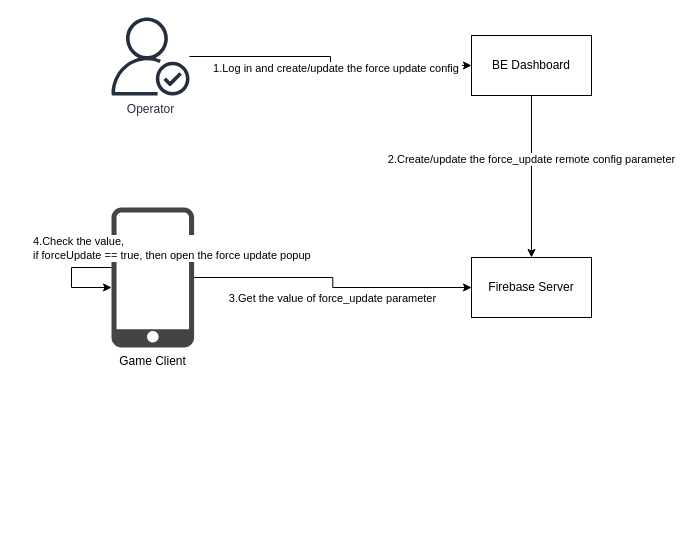
Before: Force Update.drawio in yaohuiwu/SimpleFS, a draw.io diagram. Source tidied: cells renumbered, new cells numbered last; positions are measured from the earlier drawing's top-left corner, leaving out a move shared by most shapes. Both pictures are drawn from the tidied source at 100%, with x=0, y=0 at pixel (71, 17).
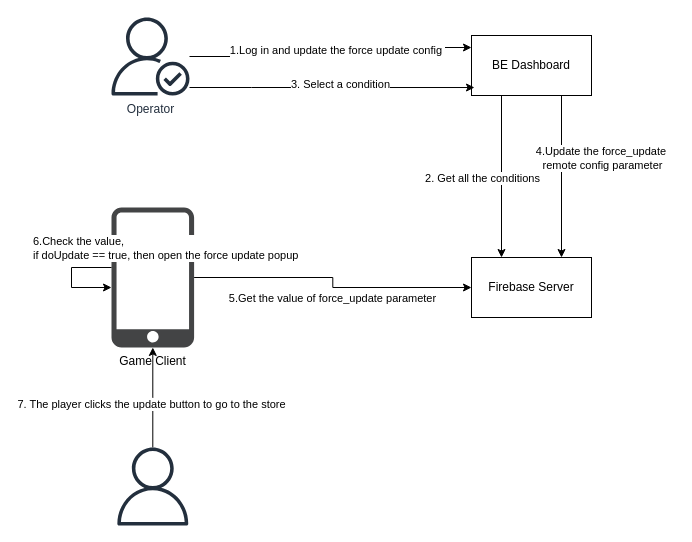
Above is the later version.

The change refers to these unchanged cells:
```xml
<mxCell id="4" value="BE Dashboard" style="rounded=0;whiteSpace=wrap;html=1;" parent="1" vertex="1">
  <mxGeometry x="400" y="18" width="120" height="60" as="geometry" />
</mxCell>
<mxCell id="5" value="Firebase Server" style="rounded=0;whiteSpace=wrap;html=1;" parent="1" vertex="1">
  <mxGeometry x="400" y="240" width="120" height="60" as="geometry" />
</mxCell>
<mxCell id="6" style="edgeStyle=orthogonalEdgeStyle;rounded=0;jettySize=auto;html=1;entryX=0;entryY=0.5;entryDx=0;entryDy=0;" parent="1" edge="1" source="8" target="5">
  <mxGeometry relative="1" as="geometry" />
</mxCell>
<mxCell id="8" value="Game Client" style="sketch=0;shadow=0;dashed=0;html=1;strokeColor=none;fillColor=#434445;labelPosition=center;verticalLabelPosition=bottom;verticalAlign=top;align=center;outlineConnect=0;shape=mxgraph.vvd.phone;" parent="1" vertex="1">
  <mxGeometry x="40" y="190" width="82.6" height="140" as="geometry" />
</mxCell>
<mxCell id="11" value="Operator" style="sketch=0;outlineConnect=0;fontColor=#232F3E;gradientColor=none;fillColor=#232F3D;strokeColor=none;dashed=0;verticalLabelPosition=bottom;verticalAlign=top;align=center;html=1;fontSize=12;fontStyle=0;shape=mxgraph.aws4.authenticated_user;" parent="1" vertex="1">
  <mxGeometry x="40" width="78" height="78" as="geometry" />
</mxCell>
<mxCell id="12" style="edgeStyle=orthogonalEdgeStyle;rounded=0;orthogonalLoop=1;jettySize=auto;html=1;" parent="1" edge="1" source="8" target="8">
  <mxGeometry relative="1" as="geometry">
    <Array as="points">
      <mxPoint y="250" />
    </Array>
  </mxGeometry>
</mxCell>
```

The edit, as a diff of the source:
```diff
@@
-    <mxCell id="2" style="edgeStyle=orthogonalEdgeStyle;rounded=0;jettySize=auto;html=1;" parent="1" edge="1" source="4" target="5">
+    <mxCell id="2" style="edgeStyle=orthogonalEdgeStyle;rounded=0;jettySize=auto;html=1;exitX=0.75;exitY=1;exitDx=0;exitDy=0;entryX=0.75;entryY=0;entryDx=0;entryDy=0;" parent="1" edge="1" source="4" target="5">
       <mxGeometry relative="1" as="geometry" />
     </mxCell>
-    <mxCell id="3" value="2.Create/update the force_update remote config parameter" style="edgeLabel;html=1;align=center;verticalAlign=middle;" parent="2" vertex="1">
-      <mxGeometry x="-0.22" y="-1" relative="1" as="geometry" />
+    <mxCell id="3" value="4.Update the force_update&amp;nbsp;&lt;div&gt;remote config parameter&lt;/div&gt;" style="edgeLabel;html=1;align=center;verticalAlign=middle;" parent="2" vertex="1">
+      <mxGeometry x="-0.22" y="-1" relative="1" as="geometry">
+        <mxPoint x="41" y="-1" as="offset" />
+      </mxGeometry>
     </mxCell>
+    <mxCell id="14" style="edgeStyle=orthogonalEdgeStyle;rounded=0;jettySize=auto;html=1;exitX=0.25;exitY=1;exitDx=0;exitDy=0;entryX=0.25;entryY=0;entryDx=0;entryDy=0;" parent="1" edge="1" source="4" target="5">
+      <mxGeometry relative="1" as="geometry" />
+    </mxCell>
+    <mxCell id="15" value="2. Get all the conditions" style="edgeLabel;html=1;align=center;verticalAlign=middle;" parent="14" vertex="1">
+      <mxGeometry x="-0.23" y="-1" relative="1" as="geometry">
+        <mxPoint x="-19" y="20" as="offset" />
+      </mxGeometry>
+    </mxCell>
@@
-    <mxCell id="7" value="3.Get the value of force_update parameter" style="edgeLabel;html=1;align=center;verticalAlign=middle;" parent="6" vertex="1">
+    <mxCell id="7" value="5.Get the value of force_update parameter" style="edgeLabel;html=1;align=center;verticalAlign=middle;" parent="6" vertex="1">
       <mxGeometry x="-0.36" relative="1" as="geometry">
         <mxPoint x="46" y="20" as="offset" />
       </mxGeometry>
     </mxCell>
@@
     <mxCell id="9" style="edgeStyle=orthogonalEdgeStyle;rounded=0;jettySize=auto;html=1;" parent="1" edge="1" source="11" target="4">
-      <mxGeometry relative="1" as="geometry" />
+      <mxGeometry relative="1" as="geometry">
+        <Array as="points">
+          <mxPoint x="260" y="39" />
+          <mxPoint x="260" y="30" />
+        </Array>
+      </mxGeometry>
     </mxCell>
-    <mxCell id="10" value="1.Log in and create/update the force update config&amp;nbsp;" style="edgeLabel;html=1;align=center;verticalAlign=middle;" parent="9" vertex="1">
+    <mxCell id="10" value="1.Log in and update the force update config&amp;nbsp;" style="edgeLabel;html=1;align=center;verticalAlign=middle;" parent="9" vertex="1">
       <mxGeometry x="0.07" y="-2" relative="1" as="geometry" />
     </mxCell>
@@
-    <mxCell id="13" value="4.Check the value,&amp;nbsp;&lt;div&gt;if forceUpdate == true, then open the force update popup&amp;nbsp;&lt;/div&gt;" style="edgeLabel;html=1;align=left;verticalAlign=middle;" parent="12" vertex="1">
+    <mxCell id="13" value="6.Check the value,&amp;nbsp;&lt;div&gt;if doUpdate == true, then open the force update popup&amp;nbsp;&lt;/div&gt;" style="edgeLabel;html=1;align=left;verticalAlign=middle;" parent="12" vertex="1">
       <mxGeometry x="-0.64" relative="1" as="geometry">
         <mxPoint x="-62" y="-20" as="offset" />
       </mxGeometry>
     </mxCell>
+    <mxCell id="16" style="edgeStyle=orthogonalEdgeStyle;rounded=0;jettySize=auto;html=1;" parent="1" edge="1" source="18" target="8">
+      <mxGeometry relative="1" as="geometry" />
+    </mxCell>
+    <mxCell id="17" value="7. The player clicks the update button to go to the store" style="edgeLabel;html=1;align=center;verticalAlign=middle;" parent="16" vertex="1">
+      <mxGeometry x="-0.12" y="2" relative="1" as="geometry" />
+    </mxCell>
+    <mxCell id="18" style="sketch=0;outlineConnect=0;fontColor=#232F3E;gradientColor=none;fillColor=#232F3D;strokeColor=none;dashed=0;verticalLabelPosition=bottom;verticalAlign=top;align=center;html=1;fontSize=12;fontStyle=0;shape=mxgraph.aws4.user;" parent="1" vertex="1">
+      <mxGeometry x="42.3" y="430" width="78" height="78" as="geometry" />
+    </mxCell>
+    <mxCell id="19" style="edgeStyle=orthogonalEdgeStyle;rounded=0;jettySize=auto;html=1;entryX=0.025;entryY=0.867;entryDx=0;entryDy=0;entryPerimeter=0;" parent="1" edge="1" source="11" target="4">
+      <mxGeometry relative="1" as="geometry">
+        <Array as="points">
+          <mxPoint x="180" y="70" />
+          <mxPoint x="180" y="70" />
+        </Array>
+      </mxGeometry>
+    </mxCell>
+    <mxCell id="20" value="3. Select a condition" style="edgeLabel;html=1;align=center;verticalAlign=middle;" parent="19" vertex="1">
+      <mxGeometry x="0.05" y="4" relative="1" as="geometry" />
+    </mxCell>
```
